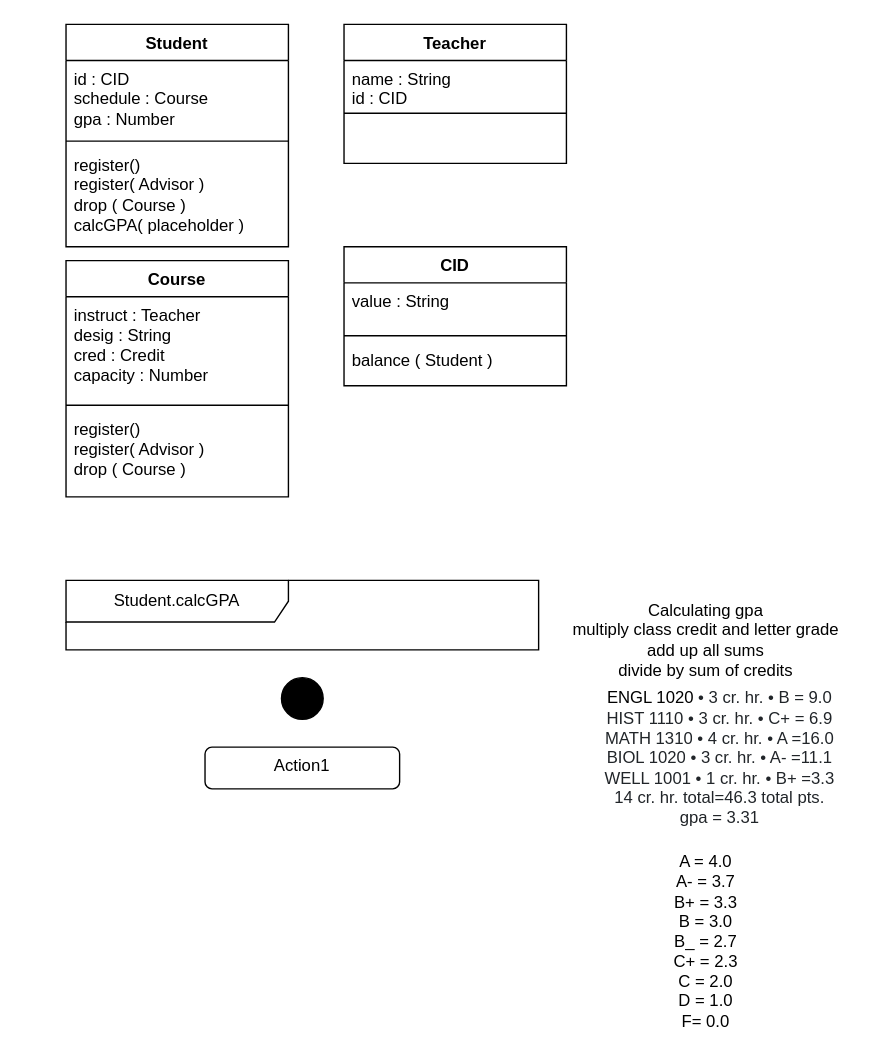
This is page "CCC" (1 of 2) of ccc-model.drawio from VoltageGP/ccc-model, a draw.io file, before an edit. Source tidied: cells renumbered, new cells numbered last; positions are measured from the earlier drawing's top-left corner, leaving out a move shared by most shapes. Both pictures are drawn from the tidied source at 139%, with x=0, y=0 at pixel (65, 24).
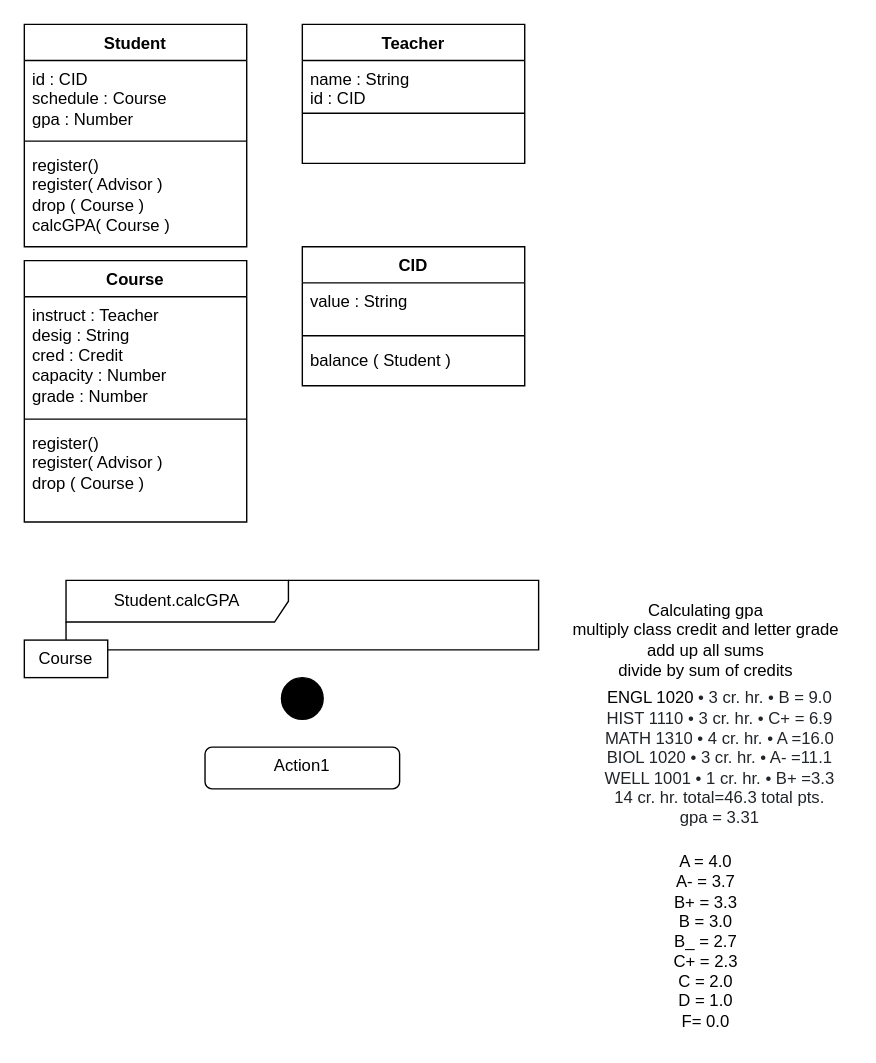
Above is the later version.

Commit message:
Added Item page, minor changes to Student class

What changed in the source:
```diff
@@
     <mxCell id="2" value="Student" style="swimlane;fontStyle=1;align=center;verticalAlign=top;horizontal=1;startSize=26;whiteSpace=wrap;html=1;" parent="1" vertex="1">
-      <mxGeometry width="160" height="160" as="geometry" />
+      <mxGeometry x="-30" width="160" height="160" as="geometry" />
     </mxCell>
@@
-    <mxCell id="5" value="register()&lt;br&gt;register( Advisor )&lt;br&gt;drop ( Course )&lt;br&gt;calcGPA( placeholder )" style="text;strokeColor=none;fillColor=none;align=left;verticalAlign=top;spacingLeft=4;spacingRight=4;overflow=hidden;whiteSpace=wrap;html=1;" parent="2" vertex="1">
+    <mxCell id="5" value="register()&lt;br&gt;register( Advisor )&lt;br&gt;drop ( Course )&lt;br&gt;calcGPA( Course )" style="text;strokeColor=none;fillColor=none;align=left;verticalAlign=top;spacingLeft=4;spacingRight=4;overflow=hidden;whiteSpace=wrap;html=1;" parent="2" vertex="1">
       <mxGeometry y="88" width="160" height="72" as="geometry" />
     </mxCell>
     <mxCell id="6" value="Course" style="swimlane;fontStyle=1;align=center;verticalAlign=top;horizontal=1;startSize=26;whiteSpace=wrap;html=1;" parent="1" vertex="1">
-      <mxGeometry y="170" width="160" height="170" as="geometry" />
+      <mxGeometry x="-30" y="170" width="160" height="188" as="geometry" />
     </mxCell>
-    <mxCell id="7" value="instruct : Teacher&lt;br&gt;desig : String&lt;br&gt;cred : Credit&lt;br&gt;capacity : Number" style="text;strokeColor=none;fillColor=none;align=left;verticalAlign=top;spacingLeft=4;spacingRight=4;overflow=hidden;whiteSpace=wrap;html=1;" parent="6" vertex="1">
-      <mxGeometry y="26" width="160" height="74" as="geometry" />
+    <mxCell id="7" value="instruct : Teacher&lt;br&gt;desig : String&lt;br&gt;cred : Credit&lt;br&gt;capacity : Number&lt;br&gt;grade : Number" style="text;strokeColor=none;fillColor=none;align=left;verticalAlign=top;spacingLeft=4;spacingRight=4;overflow=hidden;whiteSpace=wrap;html=1;" parent="6" vertex="1">
+      <mxGeometry y="26" width="160" height="84" as="geometry" />
     </mxCell>
     <mxCell id="8" style="line;strokeWidth=1;fillColor=none;align=left;verticalAlign=middle;spacingTop=-1;spacingLeft=3;spacingRight=3;labelPosition=right;strokeColor=inherit;" parent="6" vertex="1">
-      <mxGeometry y="100" width="160" height="8" as="geometry" />
+      <mxGeometry y="110" width="160" height="8" as="geometry" />
     </mxCell>
     <mxCell id="9" value="register()&lt;br&gt;register( Advisor )&lt;br&gt;drop ( Course )" style="text;strokeColor=none;fillColor=none;align=left;verticalAlign=top;spacingLeft=4;spacingRight=4;overflow=hidden;whiteSpace=wrap;html=1;" parent="6" vertex="1">
-      <mxGeometry y="108" width="160" height="62" as="geometry" />
+      <mxGeometry y="118" width="160" height="70" as="geometry" />
     </mxCell>
     <mxCell id="10" value="CID" style="swimlane;fontStyle=1;align=center;verticalAlign=top;horizontal=1;startSize=26;whiteSpace=wrap;html=1;" parent="1" vertex="1">
-      <mxGeometry x="200" y="160" width="160" height="100" as="geometry" />
+      <mxGeometry x="170" y="160" width="160" height="100" as="geometry" />
     </mxCell>
@@
     <mxCell id="14" value="Teacher" style="swimlane;fontStyle=1;align=center;verticalAlign=top;horizontal=1;startSize=26;whiteSpace=wrap;html=1;" parent="1" vertex="1">
-      <mxGeometry x="200" width="160" height="100" as="geometry" />
+      <mxGeometry x="170" width="160" height="100" as="geometry" />
     </mxCell>
@@
+    <mxCell id="24" value="Course" style="html=1;align=center;verticalAlign=middle;rounded=0;absoluteArcSize=1;arcSize=10;dashed=0;whiteSpace=wrap;" parent="1" vertex="1">
+      <mxGeometry x="-30" y="443" width="60" height="27" as="geometry" />
+    </mxCell>
```
